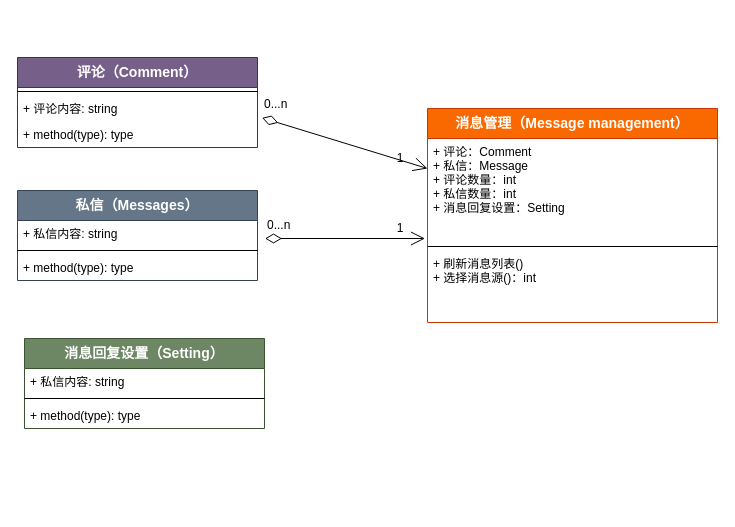
Earlier version of the draw.io diagram 1-SoftwareRequirements/Messages/msg_class.drawio (zan-press/diagram). Source tidied: cells renumbered, new cells numbered last; positions are measured from the earlier drawing's top-left corner, leaving out a move shared by most shapes. Both pictures are drawn from the tidied source at 100%, with x=0, y=0 at pixel (17, 57).
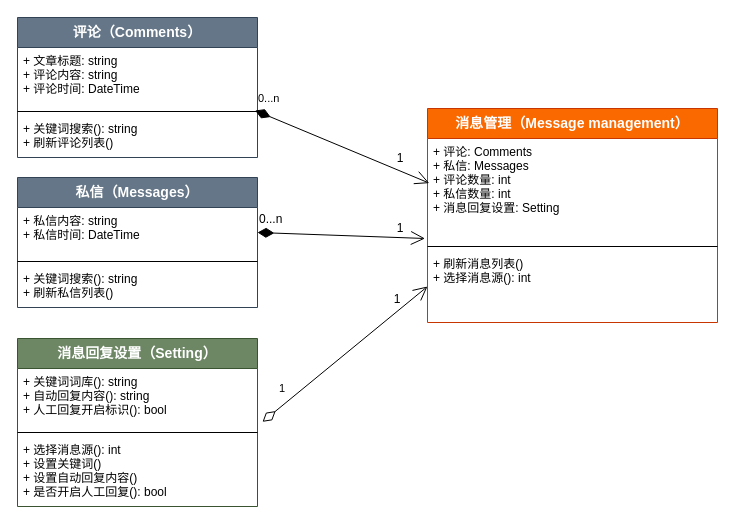
Above is the later version.

Commit message (it also covers changes not shown here):
Add msg_class

Unchanged cells that the change refers to:
```xml
<mxCell id="12" value="消息管理（Message management）" style="swimlane;fontStyle=1;align=center;verticalAlign=top;horizontal=1;startSize=30;fontSize=14;fillColor=#fa6800;strokeColor=#C73500;fontColor=#ffffff;" parent="1" vertex="1">
  <mxGeometry x="410" y="51" width="290" height="214" as="geometry" />
</mxCell>
```

What changed in the source:
```diff
@@
-    <mxCell id="2" value="&lt;font style=&quot;font-size: 12px&quot;&gt;0...n&lt;/font&gt;" style="endArrow=open;html=1;endSize=12;startArrow=diamondThin;startSize=14;startFill=0;align=left;verticalAlign=bottom;fontSize=14;exitX=1.019;exitY=-0.141;exitDx=0;exitDy=0;exitPerimeter=0;" parent="1" edge="1" source="7">
-      <mxGeometry x="-1" y="3" relative="1" as="geometry">
-        <mxPoint x="410" y="111" as="targetPoint" />
-      </mxGeometry>
-    </mxCell>
-    <mxCell id="3" value="&lt;font style=&quot;font-size: 12px&quot;&gt;0...n&lt;/font&gt;" style="endArrow=open;html=1;endSize=12;startArrow=diamondThin;startSize=14;startFill=0;edgeStyle=orthogonalEdgeStyle;align=left;verticalAlign=bottom;fontSize=14;" parent="1" edge="1">
+    <mxCell id="3" value="&lt;font style=&quot;font-size: 12px&quot;&gt;0...n&lt;/font&gt;" style="endArrow=open;html=1;endSize=12;startArrow=diamondThin;startSize=14;startFill=1;align=left;verticalAlign=bottom;fontSize=14;exitX=1;exitY=0.5;exitDx=0;exitDy=0;" parent="1" edge="1" source="9">
       <mxGeometry x="-1" y="3" relative="1" as="geometry">
-        <mxPoint x="247.5" y="181" as="sourcePoint" />
         <mxPoint x="407.5" y="181" as="targetPoint" />
       </mxGeometry>
     </mxCell>
-    <mxCell id="4" value="评论（Comment）" style="swimlane;fontStyle=1;align=center;verticalAlign=top;horizontal=1;startSize=30;fontSize=14;fillColor=#76608a;strokeColor=#432D57;fontColor=#ffffff;" parent="1" vertex="1">
-      <mxGeometry width="240" height="90" as="geometry" />
-    </mxCell>
-    <mxCell id="5" style="line;strokeWidth=1;fillColor=none;align=left;verticalAlign=middle;spacingTop=-1;spacingLeft=3;spacingRight=3;labelPosition=right;" parent="4" vertex="1">
-      <mxGeometry y="30" width="240" height="8" as="geometry" />
-    </mxCell>
-    <mxCell id="6" value="+ 评论内容: string" style="text;strokeColor=none;fillColor=none;align=left;verticalAlign=top;spacingLeft=4;spacingRight=4;overflow=hidden;" parent="4" vertex="1">
-      <mxGeometry y="38" width="240" height="26" as="geometry" />
-    </mxCell>
-    <mxCell id="7" value="+ method(type): type" style="text;strokeColor=none;fillColor=none;align=left;verticalAlign=top;spacingLeft=4;spacingRight=4;overflow=hidden;points=[[0,0.5],[1,0.5]];portConstraint=eastwest;" parent="4" vertex="1">
-      <mxGeometry y="64" width="240" height="26" as="geometry" />
-    </mxCell>
     <mxCell id="8" value="私信（Messages）" style="swimlane;fontStyle=1;align=center;verticalAlign=top;horizontal=1;startSize=30;fontSize=14;fillColor=#647687;strokeColor=#314354;fontColor=#ffffff;" parent="1" vertex="1">
-      <mxGeometry y="133" width="240" height="90" as="geometry" />
+      <mxGeometry y="120" width="240" height="130" as="geometry" />
     </mxCell>
-    <mxCell id="9" value="+ 私信内容: string" style="text;strokeColor=none;fillColor=none;align=left;verticalAlign=top;spacingLeft=4;spacingRight=4;overflow=hidden;points=[[0,0.5],[1,0.5]];portConstraint=eastwest;" parent="8" vertex="1">
-      <mxGeometry y="30" width="240" height="26" as="geometry" />
+    <mxCell id="9" value="+ 私信内容: string&#10;+ 私信时间: DateTime" style="text;strokeColor=none;fillColor=none;align=left;verticalAlign=top;spacingLeft=4;spacingRight=4;overflow=hidden;points=[[0,0.5],[1,0.5]];portConstraint=eastwest;" parent="8" vertex="1">
+      <mxGeometry y="30" width="240" height="50" as="geometry" />
     </mxCell>
     <mxCell id="10" style="line;strokeWidth=1;fillColor=none;align=left;verticalAlign=middle;spacingTop=-1;spacingLeft=3;spacingRight=3;labelPosition=right;" parent="8" vertex="1">
-      <mxGeometry y="56" width="240" height="8" as="geometry" />
+      <mxGeometry y="80" width="240" height="8" as="geometry" />
     </mxCell>
-    <mxCell id="11" value="+ method(type): type" style="text;strokeColor=none;fillColor=none;align=left;verticalAlign=top;spacingLeft=4;spacingRight=4;overflow=hidden;" parent="8" vertex="1">
-      <mxGeometry y="64" width="240" height="26" as="geometry" />
+    <mxCell id="11" value="+ 关键词搜索(): string&#10;+ 刷新私信列表()" style="text;strokeColor=none;fillColor=none;align=left;verticalAlign=top;spacingLeft=4;spacingRight=4;overflow=hidden;" parent="8" vertex="1">
+      <mxGeometry y="88" width="240" height="42" as="geometry" />
     </mxCell>
@@
-    <mxCell id="13" value="+ 评论：Comment&#10;+ 私信：Message&#10;+ 评论数量：int&#10;+ 私信数量：int&#10;+ 消息回复设置：Setting" style="text;strokeColor=none;fillColor=none;align=left;verticalAlign=top;spacingLeft=4;spacingRight=4;overflow=hidden;points=[[0,0.5],[1,0.5]];portConstraint=eastwest;" parent="12" vertex="1">
+    <mxCell id="13" value="+ 评论: Comments&#10;+ 私信: Messages&#10;+ 评论数量: int&#10;+ 私信数量: int&#10;+ 消息回复设置: Setting" style="text;strokeColor=none;fillColor=none;align=left;verticalAlign=top;spacingLeft=4;spacingRight=4;overflow=hidden;points=[[0,0.5],[1,0.5]];portConstraint=eastwest;" parent="12" vertex="1">
       <mxGeometry y="30" width="290" height="104" as="geometry" />
     </mxCell>
@@
-    <mxCell id="15" value="+ 刷新消息列表()&#10;+ 选择消息源()：int" style="text;strokeColor=none;fillColor=none;align=left;verticalAlign=top;spacingLeft=4;spacingRight=4;overflow=hidden;points=[[0,0.5],[1,0.5]];portConstraint=eastwest;" parent="12" vertex="1">
+    <mxCell id="15" value="+ 刷新消息列表()&#10;+ 选择消息源(): int" style="text;strokeColor=none;fillColor=none;align=left;verticalAlign=top;spacingLeft=4;spacingRight=4;overflow=hidden;points=[[0,0.5],[1,0.5]];portConstraint=eastwest;" parent="12" vertex="1">
       <mxGeometry y="142" width="290" height="72" as="geometry" />
     </mxCell>
@@
     <mxCell id="18" value="消息回复设置（Setting）" style="swimlane;fontStyle=1;align=center;verticalAlign=top;horizontal=1;startSize=30;fontSize=14;fillColor=#6d8764;strokeColor=#3A5431;fontColor=#ffffff;" parent="1" vertex="1">
-      <mxGeometry x="7" y="281" width="240" height="90" as="geometry" />
+      <mxGeometry y="281" width="240" height="168" as="geometry" />
     </mxCell>
-    <mxCell id="19" value="+ 私信内容: string" style="text;strokeColor=none;fillColor=none;align=left;verticalAlign=top;spacingLeft=4;spacingRight=4;overflow=hidden;points=[[0,0.5],[1,0.5]];portConstraint=eastwest;" parent="18" vertex="1">
-      <mxGeometry y="30" width="240" height="26" as="geometry" />
+    <mxCell id="19" value="+ 关键词词库(): string&#10;+ 自动回复内容(): string&#10;+ 人工回复开启标识(): bool" style="text;strokeColor=none;fillColor=none;align=left;verticalAlign=top;spacingLeft=4;spacingRight=4;overflow=hidden;points=[[0,0.5],[1,0.5]];portConstraint=eastwest;" parent="18" vertex="1">
+      <mxGeometry y="30" width="240" height="60" as="geometry" />
     </mxCell>
     <mxCell id="20" style="line;strokeWidth=1;fillColor=none;align=left;verticalAlign=middle;spacingTop=-1;spacingLeft=3;spacingRight=3;labelPosition=right;" parent="18" vertex="1">
-      <mxGeometry y="56" width="240" height="8" as="geometry" />
+      <mxGeometry y="90" width="240" height="8" as="geometry" />
     </mxCell>
-    <mxCell id="21" value="+ method(type): type" style="text;strokeColor=none;fillColor=none;align=left;verticalAlign=top;spacingLeft=4;spacingRight=4;overflow=hidden;" parent="18" vertex="1">
-      <mxGeometry y="64" width="240" height="26" as="geometry" />
+    <mxCell id="21" value="+ 选择消息源(): int&#10;+ 设置关键词()&#10;+ 设置自动回复内容()&#10;+ 是否开启人工回复(): bool" style="text;strokeColor=none;fillColor=none;align=left;verticalAlign=top;spacingLeft=4;spacingRight=4;overflow=hidden;" parent="18" vertex="1">
+      <mxGeometry y="98" width="240" height="70" as="geometry" />
     </mxCell>
+    <mxCell id="22" value="评论（Comments）" style="swimlane;fontStyle=1;align=center;verticalAlign=top;horizontal=1;startSize=30;fontSize=14;fillColor=#647687;strokeColor=#314354;fontColor=#ffffff;" parent="1" vertex="1">
+      <mxGeometry y="-40" width="240" height="140" as="geometry" />
+    </mxCell>
+    <mxCell id="23" value="+ 文章标题: string&#10;+ 评论内容: string&#10;+ 评论时间: DateTime" style="text;strokeColor=none;fillColor=none;align=left;verticalAlign=top;spacingLeft=4;spacingRight=4;overflow=hidden;points=[[0,0.5],[1,0.5]];portConstraint=eastwest;" parent="22" vertex="1">
+      <mxGeometry y="30" width="240" height="60" as="geometry" />
+    </mxCell>
+    <mxCell id="24" style="line;strokeWidth=1;fillColor=none;align=left;verticalAlign=middle;spacingTop=-1;spacingLeft=3;spacingRight=3;labelPosition=right;" parent="22" vertex="1">
+      <mxGeometry y="90" width="240" height="8" as="geometry" />
+    </mxCell>
+    <mxCell id="25" value="+ 关键词搜索(): string&#10;+ 刷新评论列表()" style="text;strokeColor=none;fillColor=none;align=left;verticalAlign=top;spacingLeft=4;spacingRight=4;overflow=hidden;" parent="22" vertex="1">
+      <mxGeometry y="98" width="240" height="42" as="geometry" />
+    </mxCell>
+    <mxCell id="2" value="0...n" style="endArrow=open;html=1;endSize=12;startArrow=diamondThin;startSize=14;startFill=1;align=left;verticalAlign=bottom;entryX=0.006;entryY=0.429;entryDx=0;entryDy=0;entryPerimeter=0;exitX=0.99;exitY=1.05;exitDx=0;exitDy=0;exitPerimeter=0;" parent="1" edge="1" source="23" target="13">
+      <mxGeometry x="-1" y="3" relative="1" as="geometry" />
+    </mxCell>
+    <mxCell id="26" value="1" style="endArrow=open;html=1;endSize=12;startArrow=diamondThin;startSize=14;startFill=0;align=left;verticalAlign=bottom;entryX=0;entryY=0.5;entryDx=0;entryDy=0;exitX=1.021;exitY=0.889;exitDx=0;exitDy=0;exitPerimeter=0;" parent="1" edge="1" source="19" target="15">
+      <mxGeometry x="-0.75" y="9" relative="1" as="geometry" />
+    </mxCell>
+    <mxCell id="27" value="&lt;font style=&quot;font-size: 12px&quot;&gt;1&lt;/font&gt;" style="text;html=1;strokeColor=none;fillColor=none;align=center;verticalAlign=middle;whiteSpace=wrap;rounded=0;fontSize=14;rotation=0;" parent="1" vertex="1">
+      <mxGeometry x="360" y="231" width="40" height="20" as="geometry" />
+    </mxCell>
```
